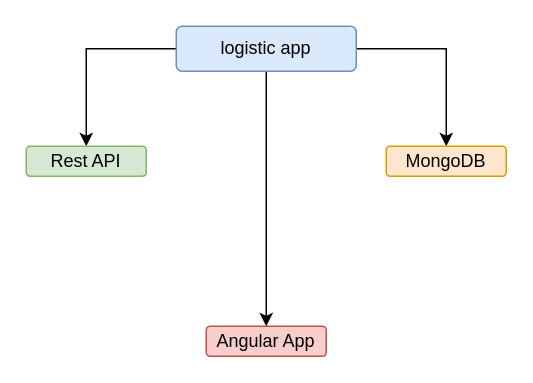
Above: page "Page-1" (1 of 3) of charts/logistic project.drawio in Ivnchev/courier-application (draw.io), before the change. Source tidied: cells renumbered, new cells numbered last; positions are measured from the earlier drawing's top-left corner, leaving out a move shared by most shapes. Both pictures are drawn from the tidied source at 150%, with x=0, y=0 at pixel (26, 26).
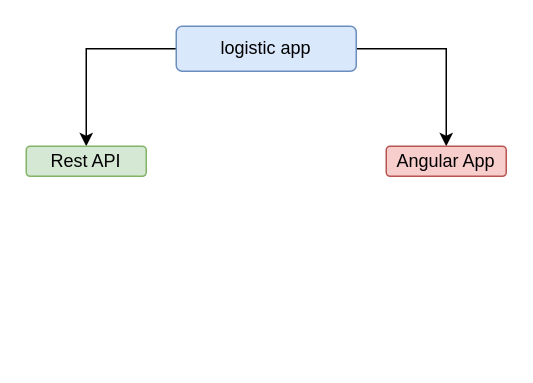
After the change.

Diff of the diagram source:
```diff
@@
 <mxGraphModel>
   <root>
     <mxCell id="0" />
     <mxCell id="1" parent="0" />
     <mxCell id="2" style="edgeStyle=orthogonalEdgeStyle;rounded=0;jettySize=auto;html=1;" parent="1" edge="1" source="5" target="6">
       <mxGeometry relative="1" as="geometry" />
     </mxCell>
-    <mxCell id="3" style="edgeStyle=orthogonalEdgeStyle;rounded=0;jettySize=auto;html=1;" parent="1" edge="1" source="5" target="7">
-      <mxGeometry relative="1" as="geometry" />
-    </mxCell>
-    <mxCell id="4" style="edgeStyle=orthogonalEdgeStyle;rounded=0;jettySize=auto;html=1;" parent="1" edge="1" source="5" target="8">
+    <mxCell id="4" style="edgeStyle=orthogonalEdgeStyle;rounded=0;jettySize=auto;html=1;exitX=1;exitY=0.5;exitDx=0;exitDy=0;" parent="1" edge="1" source="5" target="8">
       <mxGeometry relative="1" as="geometry" />
     </mxCell>
     <mxCell id="5" value="logistic app" style="rounded=1;whiteSpace=wrap;html=1;arcSize=13;fillColor=#dae8fc;strokeColor=#6c8ebf;" parent="1" vertex="1">
       <mxGeometry x="100" width="120" height="30" as="geometry" />
     </mxCell>
     <mxCell id="6" value="Rest API" style="whiteSpace=wrap;html=1;rounded=1;arcSize=13;labelBackgroundColor=none;fillColor=#d5e8d4;strokeColor=#82b366;" parent="1" vertex="1">
       <mxGeometry y="80" width="80" height="20" as="geometry" />
     </mxCell>
-    <mxCell id="7" value="MongoDB" style="rounded=1;whiteSpace=wrap;html=1;arcSize=13;fillColor=#ffe6cc;strokeColor=#d79b00;" parent="1" vertex="1">
-      <mxGeometry x="240" y="80" width="80" height="20" as="geometry" />
-    </mxCell>
     <mxCell id="8" value="Angular App" style="rounded=1;whiteSpace=wrap;html=1;arcSize=13;fillColor=#f8cecc;strokeColor=#b85450;" parent="1" vertex="1">
-      <mxGeometry x="120" y="200" width="80" height="20" as="geometry" />
+      <mxGeometry x="240" y="80" width="80" height="20" as="geometry" />
     </mxCell>
   </root>
 </mxGraphModel>
```
